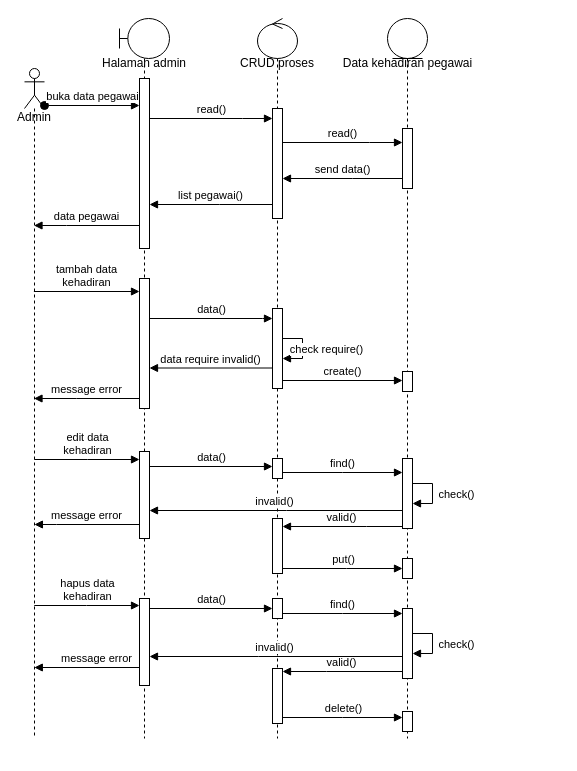
Earlier version of the draw.io diagram page "Admin" (2 of 6) of planning/sequenceDiagram.drawio (dzikfr/aplikasi-absensi-baharkam-2024). Source tidied: cells renumbered, new cells numbered last; positions are measured from the earlier drawing's top-left corner, leaving out a move shared by most shapes. Both pictures are drawn from the tidied source at 100%, with x=0, y=0 at pixel (24, 18).
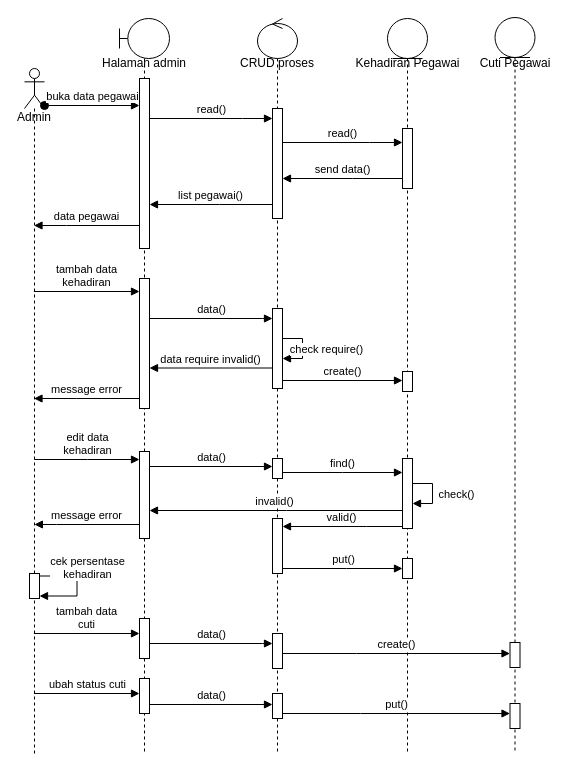
The same page after the edit.

Change to the diagram source:
```diff
@@
     <mxCell id="3" value="&lt;div&gt;&lt;span style=&quot;background-color: initial;&quot;&gt;&lt;br&gt;&lt;/span&gt;&lt;/div&gt;&lt;div&gt;&lt;span style=&quot;background-color: initial;&quot;&gt;&lt;br&gt;&lt;/span&gt;&lt;/div&gt;&lt;div&gt;&lt;span style=&quot;background-color: initial;&quot;&gt;&lt;br&gt;&lt;/span&gt;&lt;/div&gt;&lt;div&gt;&lt;span style=&quot;background-color: initial;&quot;&gt;&lt;br&gt;&lt;/span&gt;&lt;/div&gt;&lt;div&gt;Admin&lt;/div&gt;" style="shape=umlLifeline;perimeter=lifelinePerimeter;whiteSpace=wrap;html=1;outlineConnect=0;portConstraint=eastwest;newEdgeStyle={&quot;curved&quot;:0,&quot;rounded&quot;:0};participant=umlActor;" parent="1" vertex="1">
-      <mxGeometry y="50" width="20" height="670" as="geometry" />
+      <mxGeometry y="50" width="20" height="685" as="geometry" />
     </mxCell>
+    <mxCell id="53" style="html=1;points=[];perimeter=orthogonalPerimeter;outlineConnect=0;targetShapes=umlLifeline;portConstraint=eastwest;newEdgeStyle={&quot;edgeStyle&quot;:&quot;elbowEdgeStyle&quot;,&quot;elbow&quot;:&quot;vertical&quot;,&quot;curved&quot;:0,&quot;rounded&quot;:0};" parent="3" vertex="1">
+      <mxGeometry x="5" y="505" width="10" height="25" as="geometry" />
+    </mxCell>
+    <mxCell id="54" value="cek persentase&lt;div&gt;kehadiran&lt;/div&gt;" style="html=1;verticalAlign=bottom;endArrow=block;edgeStyle=elbowEdgeStyle;elbow=horizontal;curved=0;rounded=0;" parent="3" edge="1" source="53" target="53">
+      <mxGeometry x="-0.05" y="10" relative="1" as="geometry">
+        <Array as="points">
+          <mxPoint x="52.5" y="515" />
+        </Array>
+      </mxGeometry>
+    </mxCell>
     <mxCell id="4" style="shape=umlLifeline;perimeter=lifelinePerimeter;whiteSpace=wrap;html=1;newEdgeStyle={&quot;curved&quot;:0,&quot;rounded&quot;:0};participant=umlBoundary;" parent="1" vertex="1">
-      <mxGeometry x="95" width="50" height="720" as="geometry" />
+      <mxGeometry x="95" width="50" height="735" as="geometry" />
     </mxCell>
@@
-    <mxCell id="7" style="html=1;points=[];perimeter=orthogonalPerimeter;outlineConnect=0;targetShapes=umlLifeline;portConstraint=eastwest;newEdgeStyle={&quot;edgeStyle&quot;:&quot;elbowEdgeStyle&quot;,&quot;elbow&quot;:&quot;vertical&quot;,&quot;curved&quot;:0,&quot;rounded&quot;:0};" parent="4" vertex="1">
-      <mxGeometry x="20" y="580" width="10" height="87" as="geometry" />
-    </mxCell>
+    <mxCell id="55" style="html=1;points=[];perimeter=orthogonalPerimeter;outlineConnect=0;targetShapes=umlLifeline;portConstraint=eastwest;newEdgeStyle={&quot;edgeStyle&quot;:&quot;elbowEdgeStyle&quot;,&quot;elbow&quot;:&quot;vertical&quot;,&quot;curved&quot;:0,&quot;rounded&quot;:0};" parent="4" vertex="1">
+      <mxGeometry x="20" y="600" width="10" height="40" as="geometry" />
+    </mxCell>
+    <mxCell id="56" style="html=1;points=[];perimeter=orthogonalPerimeter;outlineConnect=0;targetShapes=umlLifeline;portConstraint=eastwest;newEdgeStyle={&quot;edgeStyle&quot;:&quot;elbowEdgeStyle&quot;,&quot;elbow&quot;:&quot;vertical&quot;,&quot;curved&quot;:0,&quot;rounded&quot;:0};" parent="4" vertex="1">
+      <mxGeometry x="20" y="660" width="10" height="35" as="geometry" />
+    </mxCell>
@@
     <mxCell id="9" style="shape=umlLifeline;perimeter=lifelinePerimeter;whiteSpace=wrap;html=1;newEdgeStyle={&quot;curved&quot;:0,&quot;rounded&quot;:0};participant=umlControl;" parent="1" vertex="1">
-      <mxGeometry x="233" width="40" height="720" as="geometry" />
+      <mxGeometry x="233" width="40" height="735" as="geometry" />
     </mxCell>
@@
-    <mxCell id="15" style="html=1;points=[];perimeter=orthogonalPerimeter;outlineConnect=0;targetShapes=umlLifeline;portConstraint=eastwest;newEdgeStyle={&quot;edgeStyle&quot;:&quot;elbowEdgeStyle&quot;,&quot;elbow&quot;:&quot;vertical&quot;,&quot;curved&quot;:0,&quot;rounded&quot;:0};" parent="9" vertex="1">
-      <mxGeometry x="15" y="580" width="10" height="20" as="geometry" />
-    </mxCell>
-    <mxCell id="16" style="html=1;points=[];perimeter=orthogonalPerimeter;outlineConnect=0;targetShapes=umlLifeline;portConstraint=eastwest;newEdgeStyle={&quot;edgeStyle&quot;:&quot;elbowEdgeStyle&quot;,&quot;elbow&quot;:&quot;vertical&quot;,&quot;curved&quot;:0,&quot;rounded&quot;:0};" parent="9" vertex="1">
-      <mxGeometry x="15" y="650" width="10" height="55" as="geometry" />
-    </mxCell>
+    <mxCell id="57" style="html=1;perimeter=orthogonalPerimeter;targetShapes=umlLifeline;newEdgeStyle={&quot;edgeStyle&quot;:&quot;elbowEdgeStyle&quot;,&quot;elbow&quot;:&quot;vertical&quot;,&quot;curved&quot;:0,&quot;rounded&quot;:0};" parent="9" vertex="1">
+      <mxGeometry x="15" y="615" width="10" height="35" as="geometry" />
+    </mxCell>
+    <mxCell id="58" style="html=1;points=[];perimeter=orthogonalPerimeter;outlineConnect=0;targetShapes=umlLifeline;portConstraint=eastwest;newEdgeStyle={&quot;edgeStyle&quot;:&quot;elbowEdgeStyle&quot;,&quot;elbow&quot;:&quot;vertical&quot;,&quot;curved&quot;:0,&quot;rounded&quot;:0};" parent="9" vertex="1">
+      <mxGeometry x="15" y="675" width="10" height="25" as="geometry" />
+    </mxCell>
     <mxCell id="17" style="shape=umlLifeline;perimeter=lifelinePerimeter;whiteSpace=wrap;html=1;newEdgeStyle={&quot;curved&quot;:0,&quot;rounded&quot;:0};participant=umlEntity;" parent="1" vertex="1">
-      <mxGeometry x="363" width="40" height="720" as="geometry" />
+      <mxGeometry x="363" width="40" height="735" as="geometry" />
     </mxCell>
@@
-    <mxCell id="23" style="html=1;points=[];perimeter=orthogonalPerimeter;outlineConnect=0;targetShapes=umlLifeline;portConstraint=eastwest;newEdgeStyle={&quot;edgeStyle&quot;:&quot;elbowEdgeStyle&quot;,&quot;elbow&quot;:&quot;vertical&quot;,&quot;curved&quot;:0,&quot;rounded&quot;:0};" parent="17" vertex="1">
-      <mxGeometry x="15" y="590" width="10" height="70" as="geometry" />
-    </mxCell>
-    <mxCell id="24" value="check()" style="html=1;verticalAlign=bottom;endArrow=block;elbow=vertical;rounded=0;" parent="17" edge="1" source="23" target="23">
-      <mxGeometry x="0.33" y="-24" relative="1" as="geometry">
-        <mxPoint x="24" y="24" as="offset" />
-      </mxGeometry>
-    </mxCell>
-    <mxCell id="25" style="html=1;points=[];perimeter=orthogonalPerimeter;outlineConnect=0;targetShapes=umlLifeline;portConstraint=eastwest;newEdgeStyle={&quot;edgeStyle&quot;:&quot;elbowEdgeStyle&quot;,&quot;elbow&quot;:&quot;vertical&quot;,&quot;curved&quot;:0,&quot;rounded&quot;:0};" parent="17" vertex="1">
-      <mxGeometry x="15" y="693" width="10" height="20" as="geometry" />
-    </mxCell>
@@
-    <mxCell id="28" value="Data kehadiran pegawai" style="text;html=1;align=center;verticalAlign=middle;whiteSpace=wrap;rounded=0;" parent="1" vertex="1">
+    <mxCell id="28" value="Kehadiran Pegawai" style="text;html=1;align=center;verticalAlign=middle;whiteSpace=wrap;rounded=0;" parent="1" vertex="1">
       <mxGeometry x="295.5" y="30" width="175" height="30" as="geometry" />
     </mxCell>
@@
-    <mxCell id="46" value="hapus data&lt;div&gt;kehadiran&lt;/div&gt;" style="html=1;verticalAlign=bottom;endArrow=block;edgeStyle=elbowEdgeStyle;elbow=horizontal;curved=0;rounded=0;" parent="1" edge="1">
-      <mxGeometry relative="1" as="geometry">
-        <mxPoint x="9.8" y="587" as="sourcePoint" />
-        <mxPoint x="115" y="587" as="targetPoint" />
-        <Array as="points">
-          <mxPoint x="62" y="587" />
-        </Array>
-      </mxGeometry>
-    </mxCell>
-    <mxCell id="47" value="valid()" style="html=1;verticalAlign=bottom;endArrow=block;edgeStyle=elbowEdgeStyle;elbow=vertical;curved=0;rounded=0;" parent="1" edge="1" target="16">
-      <mxGeometry x="0.01" relative="1" as="geometry">
-        <mxPoint x="378" y="653" as="sourcePoint" />
-        <Array as="points">
-          <mxPoint x="302" y="653" />
-        </Array>
-      </mxGeometry>
-    </mxCell>
-    <mxCell id="48" value="delete()" style="html=1;verticalAlign=bottom;endArrow=block;edgeStyle=elbowEdgeStyle;elbow=vertical;curved=0;rounded=0;" parent="1" edge="1" source="16" target="25">
-      <mxGeometry x="0.01" relative="1" as="geometry" />
-    </mxCell>
-    <mxCell id="49" value="invalid()" style="html=1;verticalAlign=bottom;endArrow=block;edgeStyle=elbowEdgeStyle;elbow=vertical;curved=0;rounded=0;" parent="1" edge="1">
-      <mxGeometry x="0.01" relative="1" as="geometry">
-        <mxPoint x="378" y="638" as="sourcePoint" />
-        <mxPoint x="125" y="638" as="targetPoint" />
-        <Array as="points">
-          <mxPoint x="234.1" y="638" />
-        </Array>
-      </mxGeometry>
-    </mxCell>
-    <mxCell id="50" value="message error" style="html=1;verticalAlign=bottom;endArrow=block;edgeStyle=elbowEdgeStyle;elbow=vertical;curved=0;rounded=0;" parent="1" edge="1">
-      <mxGeometry x="0.01" relative="1" as="geometry">
-        <mxPoint x="115" y="629.5" as="sourcePoint" />
-        <mxPoint x="9.8" y="649" as="targetPoint" />
-        <Array as="points">
-          <mxPoint x="4.1" y="649" />
-        </Array>
-      </mxGeometry>
-    </mxCell>
-    <mxCell id="51" value="find()" style="html=1;verticalAlign=bottom;endArrow=block;edgeStyle=elbowEdgeStyle;elbow=vertical;curved=0;rounded=0;" parent="1" edge="1" source="15" target="23">
-      <mxGeometry relative="1" as="geometry" />
-    </mxCell>
+    <mxCell id="59" value="tambah data&lt;div&gt;cuti&lt;/div&gt;" style="html=1;verticalAlign=bottom;endArrow=block;edgeStyle=elbowEdgeStyle;elbow=horizontal;curved=0;rounded=0;" parent="1" edge="1">
+      <mxGeometry relative="1" as="geometry">
+        <mxPoint x="9.4" y="615" as="sourcePoint" />
+        <mxPoint x="115" y="615" as="targetPoint" />
+        <Array as="points">
+          <mxPoint x="52.5" y="615" />
+        </Array>
+      </mxGeometry>
+    </mxCell>
-    <mxCell id="52" value="data()" style="html=1;verticalAlign=bottom;endArrow=block;edgeStyle=elbowEdgeStyle;elbow=vertical;curved=0;rounded=0;" parent="1" edge="1" source="7" target="15">
-      <mxGeometry x="0.01" relative="1" as="geometry" />
+    <mxCell id="52" value="data()" style="html=1;verticalAlign=bottom;endArrow=block;edgeStyle=elbowEdgeStyle;elbow=vertical;curved=0;rounded=0;" parent="1" edge="1" source="55">
+      <mxGeometry x="0.01" relative="1" as="geometry">
+        <mxPoint x="248" y="625" as="targetPoint" />
+        <Array as="points">
+          <mxPoint x="238" y="625" />
+        </Array>
+      </mxGeometry>
     </mxCell>
+    <mxCell id="60" value="create()" style="html=1;verticalAlign=bottom;endArrow=block;edgeStyle=elbowEdgeStyle;elbow=vertical;curved=0;rounded=0;" parent="1" edge="1">
+      <mxGeometry relative="1" as="geometry">
+        <mxPoint x="258" y="635" as="sourcePoint" />
+        <mxPoint x="485.5" y="635" as="targetPoint" />
+        <Array as="points">
+          <mxPoint x="332" y="635" />
+        </Array>
+      </mxGeometry>
+    </mxCell>
+    <mxCell id="61" style="shape=umlLifeline;perimeter=lifelinePerimeter;whiteSpace=wrap;html=1;newEdgeStyle={&quot;curved&quot;:0,&quot;rounded&quot;:0};participant=umlEntity;" parent="1" vertex="1">
+      <mxGeometry x="470.5" y="-1" width="40" height="736" as="geometry" />
+    </mxCell>
+    <mxCell id="62" style="html=1;perimeter=orthogonalPerimeter;targetShapes=umlLifeline;newEdgeStyle={&quot;edgeStyle&quot;:&quot;elbowEdgeStyle&quot;,&quot;elbow&quot;:&quot;vertical&quot;,&quot;curved&quot;:0,&quot;rounded&quot;:0};" parent="61" vertex="1">
+      <mxGeometry x="15" y="625" width="10" height="25" as="geometry" />
+    </mxCell>
+    <mxCell id="63" style="html=1;points=[];perimeter=orthogonalPerimeter;outlineConnect=0;targetShapes=umlLifeline;portConstraint=eastwest;newEdgeStyle={&quot;edgeStyle&quot;:&quot;elbowEdgeStyle&quot;,&quot;elbow&quot;:&quot;vertical&quot;,&quot;curved&quot;:0,&quot;rounded&quot;:0};" parent="61" vertex="1">
+      <mxGeometry x="15" y="686" width="10" height="25" as="geometry" />
+    </mxCell>
+    <mxCell id="64" value="Cuti Pegawai" style="text;html=1;align=center;verticalAlign=middle;whiteSpace=wrap;rounded=0;" parent="1" vertex="1">
+      <mxGeometry x="445.5" y="30" width="90" height="30" as="geometry" />
+    </mxCell>
+    <mxCell id="65" value="ubah status cuti" style="html=1;verticalAlign=bottom;endArrow=block;edgeStyle=elbowEdgeStyle;elbow=horizontal;curved=0;rounded=0;" parent="1" edge="1" source="3" target="56">
+      <mxGeometry relative="1" as="geometry">
+        <Array as="points">
+          <mxPoint x="52.5" y="675" />
+        </Array>
+      </mxGeometry>
+    </mxCell>
+    <mxCell id="66" value="data()" style="html=1;verticalAlign=bottom;endArrow=block;edgeStyle=elbowEdgeStyle;elbow=horizontal;curved=0;rounded=0;" parent="1" edge="1">
+      <mxGeometry relative="1" as="geometry">
+        <mxPoint x="125" y="686" as="sourcePoint" />
+        <mxPoint x="248" y="686" as="targetPoint" />
+        <Array as="points">
+          <mxPoint x="170.5" y="686" />
+        </Array>
+      </mxGeometry>
+    </mxCell>
+    <mxCell id="67" value="put()" style="html=1;verticalAlign=bottom;endArrow=block;edgeStyle=elbowEdgeStyle;elbow=vertical;curved=0;rounded=0;" parent="1" edge="1" source="58" target="63">
+      <mxGeometry relative="1" as="geometry">
+        <Array as="points">
+          <mxPoint x="336" y="695" />
+        </Array>
+      </mxGeometry>
+    </mxCell>
```
